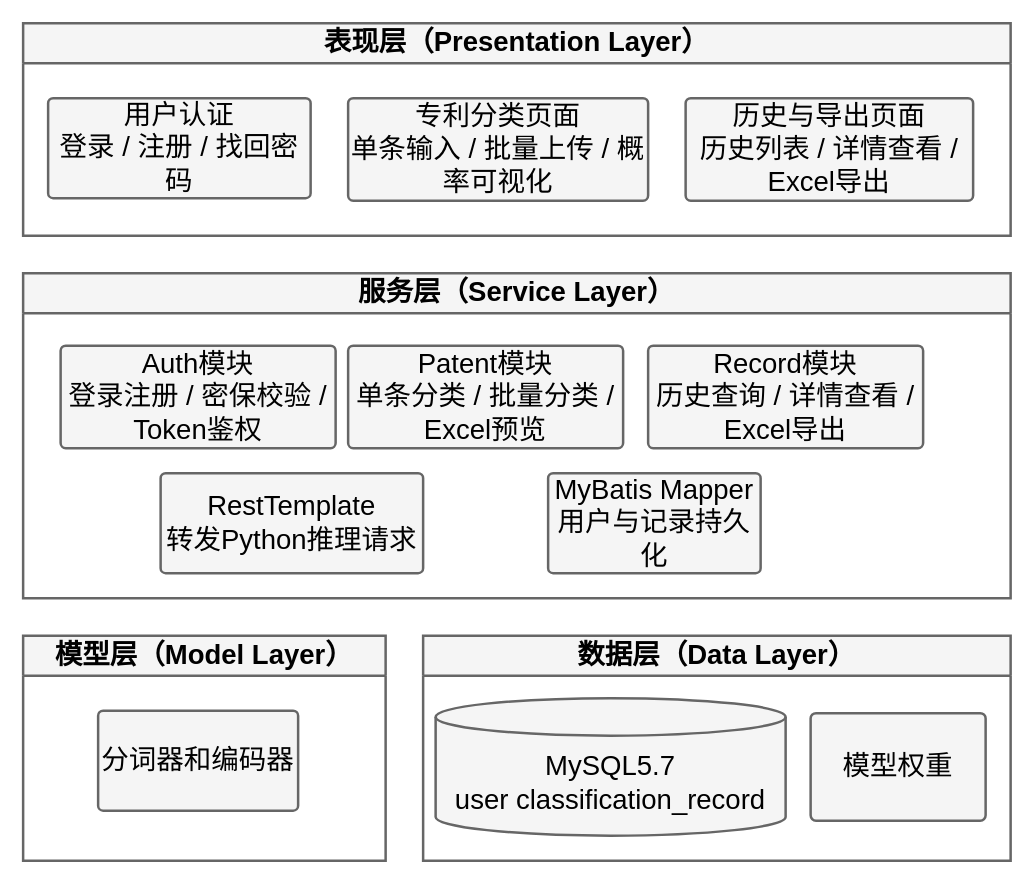
GIT-PQ/openSpec keeps this draw.io diagram as docs/论文/figures/ch5-system-architecture.drawio. Above is the earlier version. Source tidied: cells renumbered, new cells numbered last; positions are measured from the earlier drawing's top-left corner, leaving out a move shared by most shapes. Both pictures are drawn from the tidied source at 125%, with x=0, y=0 at pixel (22, 22).
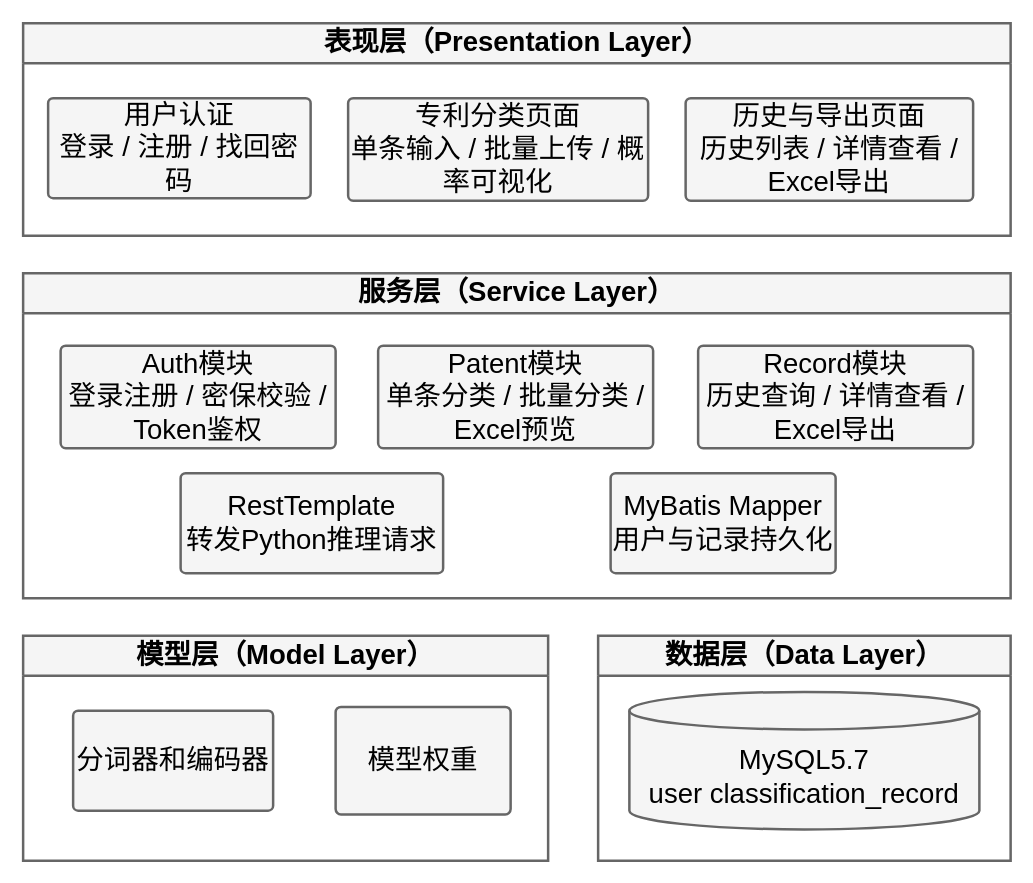
Above is the later version.

What changed in the source:
```diff
@@
 <mxGraphModel>
   <root>
     <mxCell id="0" />
     <mxCell id="1" parent="0" />
     <mxCell id="2" style="edgeStyle=orthogonalEdgeStyle;rounded=0;jettySize=auto;html=1;exitX=0.5;exitY=1;exitDx=0;exitDy=0;entryX=0.5;entryY=0;entryDx=0;entryDy=0;fontFamily=宋体;fontSize=22;fontColor=#000000;fontStyle=1;labelBackgroundColor=none;endArrow=block;endFill=1;strokeWidth=3;strokeColor=none;" parent="1" edge="1" source="3" target="7">
       <mxGeometry relative="1" as="geometry">
         <Array as="points">
           <mxPoint x="440" y="182" />
           <mxPoint x="440" y="220" />
         </Array>
       </mxGeometry>
     </mxCell>
     <mxCell id="3" value="表现层（Presentation Layer）" style="swimlane;startSize=32;rounded=0;whiteSpace=wrap;html=1;fontStyle=1;fontFamily=宋体;fontSize=22;labelBackgroundColor=none;fillColor=#f5f5f5;fontColor=#000000;strokeColor=#666666;strokeWidth=2;" parent="1" vertex="1">
       <mxGeometry width="790" height="170" as="geometry" />
     </mxCell>
     <mxCell id="4" value="专利分类页面&#10;单条输入 / 批量上传 / 概率可视化" style="rounded=1;whiteSpace=wrap;html=1;arcSize=5;fontFamily=宋体;fontSize=22;labelBackgroundColor=none;fillColor=#f5f5f5;fontColor=#000000;strokeColor=#666666;strokeWidth=2;" parent="3" vertex="1">
       <mxGeometry x="260" y="60" width="240" height="82" as="geometry" />
     </mxCell>
     <mxCell id="5" value="用户认证&#10;登录 / 注册 / 找回密码" style="rounded=1;whiteSpace=wrap;html=1;arcSize=5;fontFamily=宋体;fontSize=22;labelBackgroundColor=none;fillColor=#f5f5f5;fontColor=#000000;strokeColor=#666666;strokeWidth=2;" parent="3" vertex="1">
       <mxGeometry x="20" y="60" width="210" height="80" as="geometry" />
     </mxCell>
     <mxCell id="6" value="历史与导出页面&#10;历史列表 / 详情查看 / Excel导出" style="rounded=1;whiteSpace=wrap;html=1;arcSize=5;fontFamily=宋体;fontSize=22;labelBackgroundColor=none;fillColor=#f5f5f5;fontColor=#000000;strokeColor=#666666;strokeWidth=2;" parent="3" vertex="1">
       <mxGeometry x="530" y="60" width="230" height="82" as="geometry" />
     </mxCell>
     <mxCell id="7" value="服务层（Service Layer）" style="swimlane;startSize=32;rounded=0;whiteSpace=wrap;html=1;fontStyle=1;fontFamily=宋体;fontSize=22;labelBackgroundColor=none;fillColor=#f5f5f5;fontColor=#000000;strokeColor=#666666;strokeWidth=2;" parent="1" vertex="1">
       <mxGeometry y="200" width="790" height="260" as="geometry" />
     </mxCell>
     <mxCell id="8" value="Auth模块&#10;登录注册 / 密保校验 / Token鉴权" style="rounded=1;whiteSpace=wrap;html=1;arcSize=5;fontFamily=宋体;fontSize=22;labelBackgroundColor=none;fillColor=#f5f5f5;fontColor=#000000;strokeColor=#666666;strokeWidth=2;" parent="7" vertex="1">
       <mxGeometry x="30" y="58" width="220" height="82" as="geometry" />
     </mxCell>
     <mxCell id="9" value="Patent模块&#10;单条分类 / 批量分类 / Excel预览" style="rounded=1;whiteSpace=wrap;html=1;arcSize=5;fontFamily=宋体;fontSize=22;labelBackgroundColor=none;fillColor=#f5f5f5;fontColor=#000000;strokeColor=#666666;strokeWidth=2;" parent="7" vertex="1">
-      <mxGeometry x="260" y="58" width="220" height="82" as="geometry" />
+      <mxGeometry x="284" y="58" width="220" height="82" as="geometry" />
     </mxCell>
     <mxCell id="10" value="Record模块&#10;历史查询 / 详情查看 / Excel导出" style="rounded=1;whiteSpace=wrap;html=1;arcSize=5;fontFamily=宋体;fontSize=22;labelBackgroundColor=none;fillColor=#f5f5f5;fontColor=#000000;strokeColor=#666666;strokeWidth=2;" parent="7" vertex="1">
-      <mxGeometry x="500" y="58" width="220" height="82" as="geometry" />
+      <mxGeometry x="540" y="58" width="220" height="82" as="geometry" />
     </mxCell>
     <mxCell id="11" value="RestTemplate&#10;转发Python推理请求" style="rounded=1;whiteSpace=wrap;html=1;arcSize=5;fontFamily=宋体;fontSize=22;labelBackgroundColor=none;fillColor=#f5f5f5;fontColor=#000000;strokeColor=#666666;strokeWidth=2;" parent="7" vertex="1">
-      <mxGeometry x="110" y="160" width="210" height="80" as="geometry" />
+      <mxGeometry x="126" y="160" width="210" height="80" as="geometry" />
     </mxCell>
     <mxCell id="12" value="MyBatis Mapper&#10;用户与记录持久化" style="rounded=1;whiteSpace=wrap;html=1;arcSize=5;fontFamily=宋体;fontSize=22;labelBackgroundColor=none;fillColor=#f5f5f5;fontColor=#000000;strokeColor=#666666;strokeWidth=2;" parent="7" vertex="1">
-      <mxGeometry x="420" y="160" width="170" height="80" as="geometry" />
+      <mxGeometry x="470" y="160" width="180" height="80" as="geometry" />
     </mxCell>
     <mxCell id="13" value="模型层（Model Layer）" style="swimlane;startSize=32;rounded=0;whiteSpace=wrap;html=1;fontStyle=1;fontFamily=宋体;fontSize=22;labelBackgroundColor=none;fillColor=#f5f5f5;fontColor=#000000;strokeColor=#666666;strokeWidth=2;" parent="1" vertex="1">
-      <mxGeometry y="490" width="290" height="180" as="geometry" />
+      <mxGeometry y="490" width="420" height="180" as="geometry" />
     </mxCell>
     <mxCell id="14" value="分词器和编码器" style="rounded=1;whiteSpace=wrap;html=1;arcSize=5;fontFamily=宋体;fontSize=22;labelBackgroundColor=none;fillColor=#f5f5f5;fontColor=#000000;strokeColor=#666666;strokeWidth=2;" parent="13" vertex="1">
-      <mxGeometry x="60" y="60" width="160" height="80" as="geometry" />
+      <mxGeometry x="40" y="60" width="160" height="80" as="geometry" />
     </mxCell>
+    <mxCell id="17" value="模型权重" style="rounded=1;whiteSpace=wrap;html=1;arcSize=5;fontFamily=宋体;fontSize=22;labelBackgroundColor=none;fillColor=#f5f5f5;fontColor=#000000;strokeColor=#666666;strokeWidth=2;" parent="13" vertex="1">
+      <mxGeometry x="250" y="57" width="140" height="86" as="geometry" />
+    </mxCell>
     <mxCell id="15" value="数据层（Data Layer）" style="swimlane;startSize=32;rounded=0;whiteSpace=wrap;html=1;fontStyle=1;fontFamily=宋体;fontSize=22;labelBackgroundColor=none;fillColor=#f5f5f5;fontColor=#000000;strokeColor=#666666;strokeWidth=2;" parent="1" vertex="1">
-      <mxGeometry x="320" y="490" width="470" height="180" as="geometry" />
+      <mxGeometry x="460" y="490" width="330" height="180" as="geometry" />
     </mxCell>
     <mxCell id="16" value="MySQL5.7&lt;div&gt;user classification_record&lt;/div&gt;" style="shape=cylinder3;whiteSpace=wrap;html=1;boundedLbl=1;backgroundOutline=1;size=15;fontFamily=宋体;fontSize=22;labelBackgroundColor=none;fillColor=#f5f5f5;fontColor=#000000;strokeColor=#666666;strokeWidth=2;" parent="15" vertex="1">
-      <mxGeometry x="10" y="50" width="280" height="110" as="geometry" />
+      <mxGeometry x="25" y="45" width="280" height="110" as="geometry" />
     </mxCell>
-    <mxCell id="17" value="模型权重" style="rounded=1;whiteSpace=wrap;html=1;arcSize=5;fontFamily=宋体;fontSize=22;labelBackgroundColor=none;fillColor=#f5f5f5;fontColor=#000000;strokeColor=#666666;strokeWidth=2;" parent="15" vertex="1">
-      <mxGeometry x="310" y="62" width="140" height="86" as="geometry" />
-    </mxCell>
   </root>
 </mxGraphModel>
```
